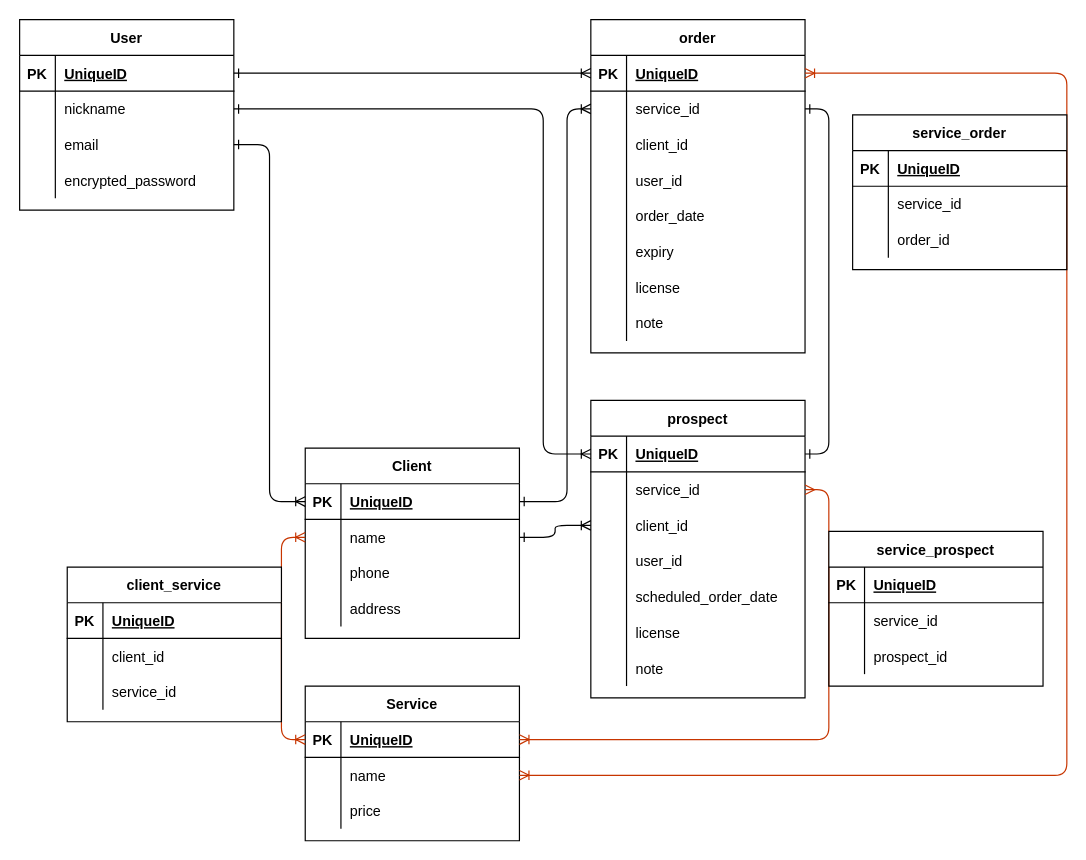
Earlier version of the draw.io diagram er.dio (Shibuya4869/crm-37276). Source tidied: cells renumbered, new cells numbered last; positions are measured from the earlier drawing's top-left corner, leaving out a move shared by most shapes. Both pictures are drawn from the tidied source at 119%, with x=0, y=0 at pixel (19, 19).
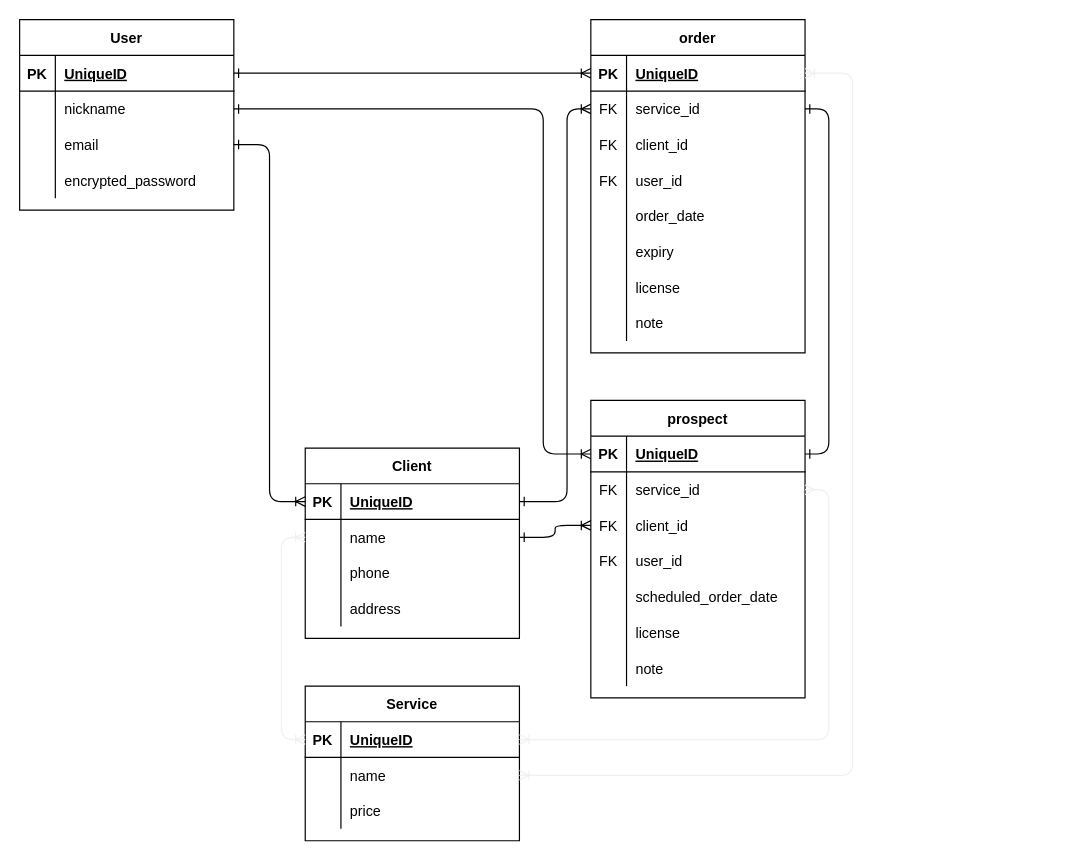
After the change.

Unchanged cells that the change refers to:
```xml
<mxCell id="16" style="shape=partialRectangle;fillColor=none;top=0;left=0;bottom=1;right=0;points=[[0,0.5],[1,0.5]];portConstraint=eastwest;" parent="15" vertex="1">
  <mxGeometry y="30" width="180" height="30" as="geometry" />
</mxCell>
<mxCell id="19" style="shape=partialRectangle;fillColor=none;top=0;left=0;bottom=0;right=0;points=[[0,0.5],[1,0.5]];portConstraint=eastwest;" parent="15" vertex="1">
  <mxGeometry y="60" width="180" height="30" as="geometry" />
</mxCell>
<mxCell id="29" style="shape=partialRectangle;fillColor=none;top=0;left=0;bottom=0;right=0;points=[[0,0.5],[1,0.5]];portConstraint=eastwest;" parent="25" vertex="1">
  <mxGeometry y="60" width="180" height="30" as="geometry" />
</mxCell>
<mxCell id="42" style="shape=partialRectangle;fillColor=none;top=0;left=0;bottom=0;right=0;points=[[0,0.5],[1,0.5]];portConstraint=eastwest;" parent="38" vertex="1">
  <mxGeometry y="60" width="180" height="30" as="geometry" />
</mxCell>
<mxCell id="45" style="shape=partialRectangle;fillColor=none;top=0;left=0;bottom=0;right=0;points=[[0,0.5],[1,0.5]];portConstraint=eastwest;" parent="38" vertex="1">
  <mxGeometry y="90" width="180" height="30" as="geometry" />
</mxCell>
<mxCell id="48" style="shape=partialRectangle;fillColor=none;top=0;left=0;bottom=0;right=0;" parent="38" vertex="1">
  <mxGeometry y="120" width="180" height="30" as="geometry" />
</mxCell>
<mxCell id="61" style="shape=partialRectangle;fillColor=none;top=0;left=0;bottom=1;right=0;points=[[0,0.5],[1,0.5]];portConstraint=eastwest;" parent="60" vertex="1">
  <mxGeometry y="30" width="180" height="30" as="geometry" />
</mxCell>
<mxCell id="64" style="shape=partialRectangle;fillColor=none;top=0;left=0;bottom=0;right=0;points=[[0,0.5],[1,0.5]];portConstraint=eastwest;" parent="60" vertex="1">
  <mxGeometry y="60" width="180" height="30" as="geometry" />
</mxCell>
<mxCell id="67" style="shape=partialRectangle;fillColor=none;top=0;left=0;bottom=0;right=0;" parent="60" vertex="1">
  <mxGeometry y="90" width="180" height="30" as="geometry" />
</mxCell>
<mxCell id="70" style="shape=partialRectangle;fillColor=none;top=0;left=0;bottom=0;right=0;" parent="60" vertex="1">
  <mxGeometry y="120" width="180" height="30" as="geometry" />
</mxCell>
```

The edit, as a diff of the source:
```diff
@@
-    <mxCell id="43" style="shape=partialRectangle;fillColor=none;top=0;left=0;bottom=0;right=0;overflow=hidden;" parent="42" vertex="1">
+    <mxCell id="43" value="FK" style="shape=partialRectangle;fillColor=none;top=0;left=0;bottom=0;right=0;overflow=hidden;" parent="42" vertex="1">
       <mxGeometry width="30" height="30" as="geometry" />
     </mxCell>
@@
-    <mxCell id="46" style="shape=partialRectangle;fillColor=none;top=0;left=0;bottom=0;right=0;overflow=hidden;" parent="45" vertex="1">
+    <mxCell id="46" value="FK" style="shape=partialRectangle;fillColor=none;top=0;left=0;bottom=0;right=0;overflow=hidden;" parent="45" vertex="1">
       <mxGeometry width="30" height="30" as="geometry" />
     </mxCell>
@@
-    <mxCell id="49" style="shape=partialRectangle;fillColor=none;top=0;left=0;bottom=0;right=0;overflow=hidden;" parent="48" vertex="1">
+    <mxCell id="49" value="FK" style="shape=partialRectangle;fillColor=none;top=0;left=0;bottom=0;right=0;overflow=hidden;" parent="48" vertex="1">
       <mxGeometry width="30" height="30" as="geometry" />
     </mxCell>
@@
-    <mxCell id="65" style="shape=partialRectangle;fillColor=none;top=0;left=0;bottom=0;right=0;overflow=hidden;" parent="64" vertex="1">
+    <mxCell id="65" value="FK" style="shape=partialRectangle;fillColor=none;top=0;left=0;bottom=0;right=0;overflow=hidden;" parent="64" vertex="1">
       <mxGeometry width="30" height="30" as="geometry" />
     </mxCell>
@@
-    <mxCell id="68" style="shape=partialRectangle;fillColor=none;top=0;left=0;bottom=0;right=0;overflow=hidden;" parent="67" vertex="1">
+    <mxCell id="68" value="FK" style="shape=partialRectangle;fillColor=none;top=0;left=0;bottom=0;right=0;overflow=hidden;" parent="67" vertex="1">
       <mxGeometry width="30" height="30" as="geometry" />
     </mxCell>
@@
-    <mxCell id="71" style="shape=partialRectangle;fillColor=none;top=0;left=0;bottom=0;right=0;overflow=hidden;" parent="70" vertex="1">
+    <mxCell id="71" value="FK" style="shape=partialRectangle;fillColor=none;top=0;left=0;bottom=0;right=0;overflow=hidden;" parent="70" vertex="1">
       <mxGeometry width="30" height="30" as="geometry" />
     </mxCell>
@@
-    <mxCell id="88" style="edgeStyle=orthogonalEdgeStyle;fontSize=12;html=1;endArrow=ERoneToMany;exitX=0;exitY=0.5;exitDx=0;exitDy=0;entryX=0;entryY=0.5;entryDx=0;entryDy=0;startArrow=ERoneToMany;startFill=0;fillColor=#fa6800;strokeColor=#C73500;" parent="1" edge="1" source="29" target="16">
+    <mxCell id="88" style="edgeStyle=orthogonalEdgeStyle;fontSize=12;html=1;endArrow=ERoneToMany;exitX=0;exitY=0.5;exitDx=0;exitDy=0;entryX=0;entryY=0.5;entryDx=0;entryDy=0;startArrow=ERoneToMany;startFill=0;fillColor=#fa6800;strokeColor=#f0f0f0;" parent="1" edge="1" source="29" target="16">
       <mxGeometry relative="1" as="geometry">
         <Array as="points">
           <mxPoint x="220" y="435" />
           <mxPoint x="220" y="605" />
         </Array>
       </mxGeometry>
     </mxCell>
-    <mxCell id="89" style="edgeStyle=orthogonalEdgeStyle;fontSize=12;html=1;endArrow=ERoneToMany;exitX=1;exitY=0.5;exitDx=0;exitDy=0;startArrow=ERmany;startFill=0;entryX=1;entryY=0.5;entryDx=0;entryDy=0;endFill=0;fillColor=#fa6800;strokeColor=#C73500;" parent="1" edge="1" source="42" target="16">
+    <mxCell id="89" style="edgeStyle=orthogonalEdgeStyle;fontSize=12;html=1;endArrow=ERoneToMany;exitX=1;exitY=0.5;exitDx=0;exitDy=0;startArrow=ERmany;startFill=0;entryX=1;entryY=0.5;entryDx=0;entryDy=0;endFill=0;fillColor=#fa6800;strokeColor=#f0f0f0;" parent="1" edge="1" source="42" target="16">
       <mxGeometry relative="1" as="geometry">
         <Array as="points">
           <mxPoint x="680" y="395" />
           <mxPoint x="680" y="605" />
         </Array>
       </mxGeometry>
     </mxCell>
@@
-    <mxCell id="92" style="edgeStyle=orthogonalEdgeStyle;fontSize=12;html=1;endArrow=ERoneToMany;exitX=1;exitY=0.5;exitDx=0;exitDy=0;startArrow=ERoneToMany;startFill=0;entryX=1;entryY=0.5;entryDx=0;entryDy=0;endFill=0;fillColor=#fa6800;strokeColor=#C73500;" parent="1" edge="1" source="61" target="19">
+    <mxCell id="92" style="edgeStyle=orthogonalEdgeStyle;fontSize=12;html=1;endArrow=ERoneToMany;exitX=1;exitY=0.5;exitDx=0;exitDy=0;startArrow=ERoneToMany;startFill=0;entryX=1;entryY=0.5;entryDx=0;entryDy=0;endFill=0;fillColor=#f5f5f5;strokeColor=#f0f0f0;" parent="1" edge="1" source="61" target="19">
       <mxGeometry relative="1" as="geometry">
         <Array as="points">
-          <mxPoint x="880" y="45" />
-          <mxPoint x="880" y="635" />
+          <mxPoint x="700" y="45" />
+          <mxPoint x="700" y="635" />
         </Array>
       </mxGeometry>
     </mxCell>
@@
-    <mxCell id="94" value="client_service" style="shape=table;startSize=30;childLayout=tableLayout;rowLines=0;fontStyle=1;align=center;" parent="1" vertex="1">
-      <mxGeometry x="40" y="460" width="180" height="130" as="geometry" />
-    </mxCell>
-    <mxCell id="95" style="shape=partialRectangle;fillColor=none;top=0;left=0;bottom=1;right=0;" parent="94" vertex="1">
-      <mxGeometry y="30" width="180" height="30" as="geometry" />
-    </mxCell>
-    <mxCell id="96" value="PK" style="shape=partialRectangle;fillColor=none;top=0;left=0;bottom=0;right=0;fontStyle=1;overflow=hidden;" parent="95" vertex="1">
-      <mxGeometry width="30" height="30" as="geometry" />
-    </mxCell>
-    <mxCell id="97" value="UniqueID" style="shape=partialRectangle;fillColor=none;top=0;left=0;bottom=0;right=0;align=left;spacingLeft=6;fontStyle=5;overflow=hidden;" parent="95" vertex="1">
-      <mxGeometry x="30" width="150" height="30" as="geometry" />
-    </mxCell>
-    <mxCell id="98" style="shape=partialRectangle;fillColor=none;top=0;left=0;bottom=0;right=0;" parent="94" vertex="1">
-      <mxGeometry y="60" width="180" height="30" as="geometry" />
-    </mxCell>
-    <mxCell id="99" style="shape=partialRectangle;fillColor=none;top=0;left=0;bottom=0;right=0;overflow=hidden;" parent="98" vertex="1">
-      <mxGeometry width="30" height="30" as="geometry" />
-    </mxCell>
-    <mxCell id="100" value="client_id" style="shape=partialRectangle;fillColor=none;top=0;left=0;bottom=0;right=0;align=left;spacingLeft=6;overflow=hidden;" parent="98" vertex="1">
-      <mxGeometry x="30" width="150" height="30" as="geometry" />
-    </mxCell>
-    <mxCell id="101" style="shape=partialRectangle;fillColor=none;top=0;left=0;bottom=0;right=0;" parent="94" vertex="1">
-      <mxGeometry y="90" width="180" height="30" as="geometry" />
-    </mxCell>
-    <mxCell id="102" style="shape=partialRectangle;fillColor=none;top=0;left=0;bottom=0;right=0;overflow=hidden;" parent="101" vertex="1">
-      <mxGeometry width="30" height="30" as="geometry" />
-    </mxCell>
-    <mxCell id="103" value="service_id" style="shape=partialRectangle;fillColor=none;top=0;left=0;bottom=0;right=0;align=left;spacingLeft=6;overflow=hidden;" parent="101" vertex="1">
-      <mxGeometry x="30" width="150" height="30" as="geometry" />
-    </mxCell>
-    <mxCell id="104" value="service_prospect" style="shape=table;startSize=30;childLayout=tableLayout;rowLines=0;fontStyle=1;align=center;swimlaneFillColor=none;" parent="1" vertex="1">
-      <mxGeometry x="680" y="430" width="180" height="130" as="geometry" />
-    </mxCell>
-    <mxCell id="105" style="shape=partialRectangle;fillColor=none;top=0;left=0;bottom=1;right=0;" parent="104" vertex="1">
-      <mxGeometry y="30" width="180" height="30" as="geometry" />
-    </mxCell>
-    <mxCell id="106" value="PK" style="shape=partialRectangle;fillColor=none;top=0;left=0;bottom=0;right=0;fontStyle=1;overflow=hidden;" parent="105" vertex="1">
-      <mxGeometry width="30" height="30" as="geometry" />
-    </mxCell>
-    <mxCell id="107" value="UniqueID" style="shape=partialRectangle;fillColor=none;top=0;left=0;bottom=0;right=0;align=left;spacingLeft=6;fontStyle=5;overflow=hidden;" parent="105" vertex="1">
-      <mxGeometry x="30" width="150" height="30" as="geometry" />
-    </mxCell>
-    <mxCell id="108" style="shape=partialRectangle;fillColor=none;top=0;left=0;bottom=0;right=0;" parent="104" vertex="1">
-      <mxGeometry y="60" width="180" height="30" as="geometry" />
-    </mxCell>
-    <mxCell id="109" style="shape=partialRectangle;fillColor=none;top=0;left=0;bottom=0;right=0;overflow=hidden;" parent="108" vertex="1">
-      <mxGeometry width="30" height="30" as="geometry" />
-    </mxCell>
-    <mxCell id="110" value="service_id" style="shape=partialRectangle;fillColor=none;top=0;left=0;bottom=0;right=0;align=left;spacingLeft=6;overflow=hidden;" parent="108" vertex="1">
-      <mxGeometry x="30" width="150" height="30" as="geometry" />
-    </mxCell>
-    <mxCell id="111" style="shape=partialRectangle;fillColor=none;top=0;left=0;bottom=0;right=0;" parent="104" vertex="1">
-      <mxGeometry y="90" width="180" height="30" as="geometry" />
-    </mxCell>
-    <mxCell id="112" style="shape=partialRectangle;fillColor=none;top=0;left=0;bottom=0;right=0;overflow=hidden;" parent="111" vertex="1">
-      <mxGeometry width="30" height="30" as="geometry" />
-    </mxCell>
-    <mxCell id="113" value="prospect_id" style="shape=partialRectangle;fillColor=none;top=0;left=0;bottom=0;right=0;align=left;spacingLeft=6;overflow=hidden;" parent="111" vertex="1">
-      <mxGeometry x="30" width="150" height="30" as="geometry" />
-    </mxCell>
-    <mxCell id="114" value="service_order" style="shape=table;startSize=30;childLayout=tableLayout;rowLines=0;fontStyle=1;align=center;swimlaneFillColor=none;" parent="1" vertex="1">
-      <mxGeometry x="700" y="80" width="180" height="130" as="geometry" />
-    </mxCell>
-    <mxCell id="115" style="shape=partialRectangle;fillColor=none;top=0;left=0;bottom=1;right=0;" parent="114" vertex="1">
-      <mxGeometry y="30" width="180" height="30" as="geometry" />
-    </mxCell>
-    <mxCell id="116" value="PK" style="shape=partialRectangle;fillColor=none;top=0;left=0;bottom=0;right=0;fontStyle=1;overflow=hidden;" parent="115" vertex="1">
-      <mxGeometry width="30" height="30" as="geometry" />
-    </mxCell>
-    <mxCell id="117" value="UniqueID" style="shape=partialRectangle;fillColor=none;top=0;left=0;bottom=0;right=0;align=left;spacingLeft=6;fontStyle=5;overflow=hidden;" parent="115" vertex="1">
-      <mxGeometry x="30" width="150" height="30" as="geometry" />
-    </mxCell>
-    <mxCell id="118" style="shape=partialRectangle;fillColor=none;top=0;left=0;bottom=0;right=0;" parent="114" vertex="1">
-      <mxGeometry y="60" width="180" height="30" as="geometry" />
-    </mxCell>
-    <mxCell id="119" style="shape=partialRectangle;fillColor=none;top=0;left=0;bottom=0;right=0;overflow=hidden;" parent="118" vertex="1">
-      <mxGeometry width="30" height="30" as="geometry" />
-    </mxCell>
-    <mxCell id="120" value="service_id" style="shape=partialRectangle;fillColor=none;top=0;left=0;bottom=0;right=0;align=left;spacingLeft=6;overflow=hidden;" parent="118" vertex="1">
-      <mxGeometry x="30" width="150" height="30" as="geometry" />
-    </mxCell>
-    <mxCell id="121" style="shape=partialRectangle;fillColor=none;top=0;left=0;bottom=0;right=0;" parent="114" vertex="1">
-      <mxGeometry y="90" width="180" height="30" as="geometry" />
-    </mxCell>
-    <mxCell id="122" style="shape=partialRectangle;fillColor=none;top=0;left=0;bottom=0;right=0;overflow=hidden;" parent="121" vertex="1">
-      <mxGeometry width="30" height="30" as="geometry" />
-    </mxCell>
-    <mxCell id="123" value="order_id" style="shape=partialRectangle;fillColor=none;top=0;left=0;bottom=0;right=0;align=left;spacingLeft=6;overflow=hidden;" parent="121" vertex="1">
-      <mxGeometry x="30" width="150" height="30" as="geometry" />
-    </mxCell>
```
